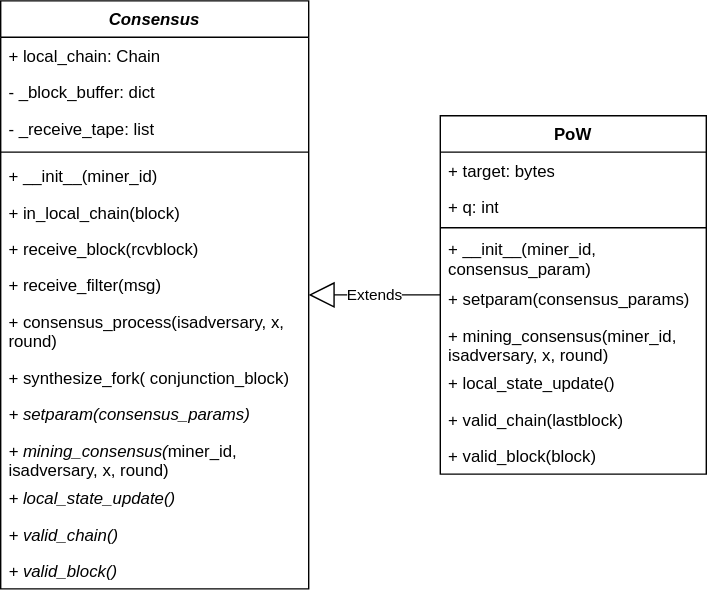
Earlier version of the draw.io export doc/consensus-pow.svg (ChainXim-Team/ChainXim). Source tidied: cells renumbered, new cells last; positions are measured from the earlier drawing's top-left corner, leaving out a move shared by most shapes. Its diagram source:
```xml
<mxGraphModel>
  <root>
    <mxCell id="0" />
    <mxCell id="1" parent="0" />
    <mxCell id="2" value="&lt;i&gt;Consensus&lt;/i&gt;" style="swimlane;fontStyle=1;align=center;verticalAlign=top;horizontal=1;startSize=26;whiteSpace=wrap;html=1;" parent="1" vertex="1">
      <mxGeometry width="220" height="420" as="geometry" />
    </mxCell>
    <mxCell id="3" value="+ local_chain: Chain" style="text;strokeColor=none;fillColor=none;align=left;verticalAlign=top;spacingLeft=4;spacingRight=4;overflow=hidden;whiteSpace=wrap;html=1;" parent="2" vertex="1">
      <mxGeometry y="26" width="220" height="26" as="geometry" />
    </mxCell>
    <mxCell id="4" value="- _block_buffer: dict" style="text;strokeColor=none;fillColor=none;align=left;verticalAlign=top;spacingLeft=4;spacingRight=4;overflow=hidden;whiteSpace=wrap;html=1;" parent="2" vertex="1">
      <mxGeometry y="52" width="220" height="26" as="geometry" />
    </mxCell>
    <mxCell id="5" value="- _receive_tape: list" style="text;strokeColor=none;fillColor=none;align=left;verticalAlign=top;spacingLeft=4;spacingRight=4;overflow=hidden;whiteSpace=wrap;html=1;" parent="2" vertex="1">
      <mxGeometry y="78" width="220" height="26" as="geometry" />
    </mxCell>
    <mxCell id="6" style="line;strokeWidth=1;fillColor=none;align=left;verticalAlign=middle;spacingTop=-1;spacingLeft=3;spacingRight=3;labelPosition=right;strokeColor=inherit;" parent="2" vertex="1">
      <mxGeometry y="104" width="220" height="8" as="geometry" />
    </mxCell>
    <mxCell id="7" value="+ __init__(miner_id)" style="text;strokeColor=none;fillColor=none;align=left;verticalAlign=top;spacingLeft=4;spacingRight=4;overflow=hidden;whiteSpace=wrap;html=1;" parent="2" vertex="1">
      <mxGeometry y="112" width="220" height="26" as="geometry" />
    </mxCell>
    <mxCell id="8" value="+ in_local_chain(block)" style="text;strokeColor=none;fillColor=none;align=left;verticalAlign=top;spacingLeft=4;spacingRight=4;overflow=hidden;whiteSpace=wrap;html=1;" parent="2" vertex="1">
      <mxGeometry y="138" width="220" height="26" as="geometry" />
    </mxCell>
    <mxCell id="9" value="+ receive_block(rcvblock)" style="text;strokeColor=none;fillColor=none;align=left;verticalAlign=top;spacingLeft=4;spacingRight=4;overflow=hidden;whiteSpace=wrap;html=1;" parent="2" vertex="1">
      <mxGeometry y="164" width="220" height="26" as="geometry" />
    </mxCell>
    <mxCell id="10" value="+ receive_filter(msg)" style="text;strokeColor=none;fillColor=none;align=left;verticalAlign=top;spacingLeft=4;spacingRight=4;overflow=hidden;whiteSpace=wrap;html=1;" parent="2" vertex="1">
      <mxGeometry y="190" width="220" height="26" as="geometry" />
    </mxCell>
    <mxCell id="11" value="+ consensus_process(isadversary, x, round)" style="text;strokeColor=none;fillColor=none;align=left;verticalAlign=top;spacingLeft=4;spacingRight=4;overflow=hidden;whiteSpace=wrap;html=1;" parent="2" vertex="1">
      <mxGeometry y="216" width="220" height="40" as="geometry" />
    </mxCell>
    <mxCell id="12" value="+ synthesize_fork( conjunction_block)" style="text;strokeColor=none;fillColor=none;align=left;verticalAlign=top;spacingLeft=4;spacingRight=4;overflow=hidden;whiteSpace=wrap;html=1;" parent="2" vertex="1">
      <mxGeometry y="256" width="220" height="26" as="geometry" />
    </mxCell>
    <mxCell id="13" value="&lt;i&gt;+ setparam(consensus_params)&lt;/i&gt;" style="text;strokeColor=none;fillColor=none;align=left;verticalAlign=top;spacingLeft=4;spacingRight=4;overflow=hidden;whiteSpace=wrap;html=1;" parent="2" vertex="1">
      <mxGeometry y="282" width="220" height="26" as="geometry" />
    </mxCell>
    <mxCell id="14" value="&lt;i&gt;+&amp;nbsp;mining_consensus(&lt;/i&gt;miner_id, isadversary, x, round)" style="text;strokeColor=none;fillColor=none;align=left;verticalAlign=top;spacingLeft=4;spacingRight=4;overflow=hidden;whiteSpace=wrap;html=1;" parent="2" vertex="1">
      <mxGeometry y="308" width="220" height="34" as="geometry" />
    </mxCell>
    <mxCell id="15" value="&lt;i&gt;+&amp;nbsp;local_state_update()&lt;/i&gt;" style="text;strokeColor=none;fillColor=none;align=left;verticalAlign=top;spacingLeft=4;spacingRight=4;overflow=hidden;whiteSpace=wrap;html=1;" parent="2" vertex="1">
      <mxGeometry y="342" width="220" height="26" as="geometry" />
    </mxCell>
    <mxCell id="16" value="&lt;i&gt;+ valid_chain()&lt;/i&gt;" style="text;strokeColor=none;fillColor=none;align=left;verticalAlign=top;spacingLeft=4;spacingRight=4;overflow=hidden;whiteSpace=wrap;html=1;" parent="2" vertex="1">
      <mxGeometry y="368" width="220" height="26" as="geometry" />
    </mxCell>
    <mxCell id="17" value="&lt;i&gt;+ valid_block()&lt;/i&gt;" style="text;strokeColor=none;fillColor=none;align=left;verticalAlign=top;spacingLeft=4;spacingRight=4;overflow=hidden;whiteSpace=wrap;html=1;" parent="2" vertex="1">
      <mxGeometry y="394" width="220" height="26" as="geometry" />
    </mxCell>
    <mxCell id="18" value="PoW" style="swimlane;fontStyle=1;align=center;verticalAlign=top;horizontal=1;startSize=26;whiteSpace=wrap;html=1;" parent="1" vertex="1">
      <mxGeometry x="314" y="82" width="190" height="256" as="geometry" />
    </mxCell>
    <mxCell id="19" value="+ target: bytes" style="text;strokeColor=none;fillColor=none;align=left;verticalAlign=top;spacingLeft=4;spacingRight=4;overflow=hidden;whiteSpace=wrap;html=1;" parent="18" vertex="1">
      <mxGeometry y="26" width="190" height="26" as="geometry" />
    </mxCell>
    <mxCell id="20" value="+ q: int" style="text;strokeColor=none;fillColor=none;align=left;verticalAlign=top;spacingLeft=4;spacingRight=4;overflow=hidden;whiteSpace=wrap;html=1;" parent="18" vertex="1">
      <mxGeometry y="52" width="190" height="26" as="geometry" />
    </mxCell>
    <mxCell id="21" style="line;strokeWidth=1;fillColor=none;align=left;verticalAlign=middle;spacingTop=-1;spacingLeft=3;spacingRight=3;labelPosition=right;strokeColor=inherit;" parent="18" vertex="1">
      <mxGeometry y="78" width="190" height="4" as="geometry" />
    </mxCell>
    <mxCell id="22" value="+ __init__(miner_id, consensus_param)" style="text;strokeColor=none;fillColor=none;align=left;verticalAlign=top;spacingLeft=4;spacingRight=4;overflow=hidden;whiteSpace=wrap;html=1;" parent="18" vertex="1">
      <mxGeometry y="82" width="190" height="36" as="geometry" />
    </mxCell>
    <mxCell id="23" value="+ setparam(consensus_params)" style="text;strokeColor=none;fillColor=none;align=left;verticalAlign=top;spacingLeft=4;spacingRight=4;overflow=hidden;whiteSpace=wrap;html=1;" parent="18" vertex="1">
      <mxGeometry y="118" width="190" height="26" as="geometry" />
    </mxCell>
    <mxCell id="24" value="+&amp;nbsp;mining_consensus(miner_id, isadversary, x, round)" style="text;strokeColor=none;fillColor=none;align=left;verticalAlign=top;spacingLeft=4;spacingRight=4;overflow=hidden;whiteSpace=wrap;html=1;" parent="18" vertex="1">
      <mxGeometry y="144" width="190" height="34" as="geometry" />
    </mxCell>
    <mxCell id="25" value="+ local_state_update()" style="text;strokeColor=none;fillColor=none;align=left;verticalAlign=top;spacingLeft=4;spacingRight=4;overflow=hidden;whiteSpace=wrap;html=1;" parent="18" vertex="1">
      <mxGeometry y="178" width="190" height="26" as="geometry" />
    </mxCell>
    <mxCell id="26" value="+ valid_chain(lastblock)" style="text;strokeColor=none;fillColor=none;align=left;verticalAlign=top;spacingLeft=4;spacingRight=4;overflow=hidden;whiteSpace=wrap;html=1;" parent="18" vertex="1">
      <mxGeometry y="204" width="190" height="26" as="geometry" />
    </mxCell>
    <mxCell id="27" value="+ valid_block(block)" style="text;strokeColor=none;fillColor=none;align=left;verticalAlign=top;spacingLeft=4;spacingRight=4;overflow=hidden;whiteSpace=wrap;html=1;" parent="18" vertex="1">
      <mxGeometry y="230" width="190" height="26" as="geometry" />
    </mxCell>
    <mxCell id="28" value="Extends" style="endArrow=block;endSize=16;endFill=0;html=1;rounded=0;" parent="1" edge="1" source="18" target="2">
      <mxGeometry relative="1" as="geometry" />
    </mxCell>
  </root>
</mxGraphModel>
```
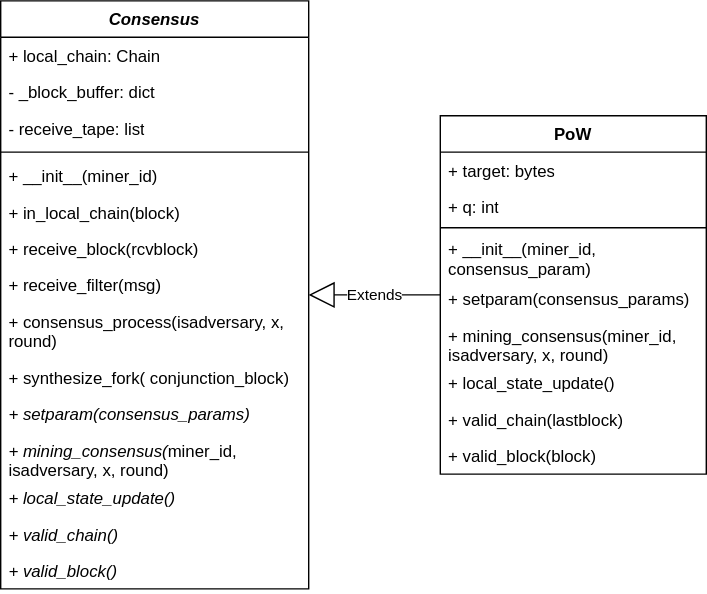
Above is the later version.

Change to the diagram source:
```diff
@@ -11,7 +11,7 @@
     <mxCell id="4" value="- _block_buffer: dict" style="text;strokeColor=none;fillColor=none;align=left;verticalAlign=top;spacingLeft=4;spacingRight=4;overflow=hidden;whiteSpace=wrap;html=1;" parent="2" vertex="1">
       <mxGeometry y="52" width="220" height="26" as="geometry" />
     </mxCell>
-    <mxCell id="5" value="- _receive_tape: list" style="text;strokeColor=none;fillColor=none;align=left;verticalAlign=top;spacingLeft=4;spacingRight=4;overflow=hidden;whiteSpace=wrap;html=1;" parent="2" vertex="1">
+    <mxCell id="5" value="- receive_tape: list" style="text;strokeColor=none;fillColor=none;align=left;verticalAlign=top;spacingLeft=4;spacingRight=4;overflow=hidden;whiteSpace=wrap;html=1;" parent="2" vertex="1">
       <mxGeometry y="78" width="220" height="26" as="geometry" />
     </mxCell>
     <mxCell id="6" style="line;strokeWidth=1;fillColor=none;align=left;verticalAlign=middle;spacingTop=-1;spacingLeft=3;spacingRight=3;labelPosition=right;strokeColor=inherit;" parent="2" vertex="1">
```
